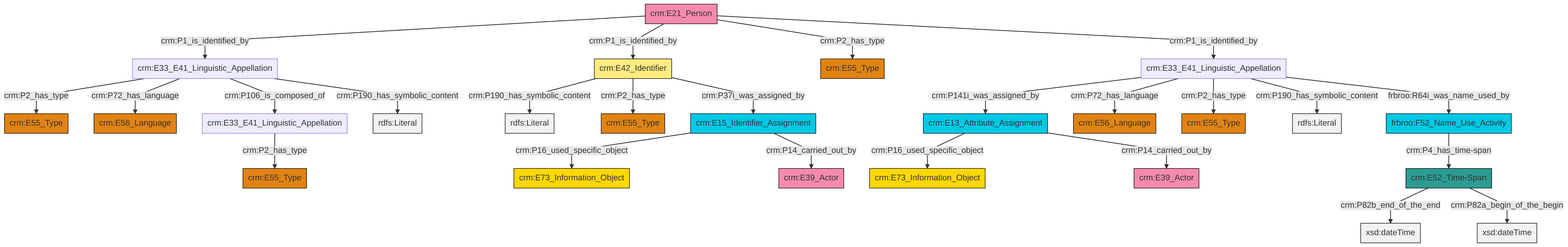
The Mermaid diagram et/personCSV/ttl/mmd/png/Person_Names_and_Classification.png in swiss-art-research-net/docs.swissartresearch, before a commit. Its source is kept beside it as et/personCSV/ttl/mmd/Person_Names_and_Classification.ttl.mmd.
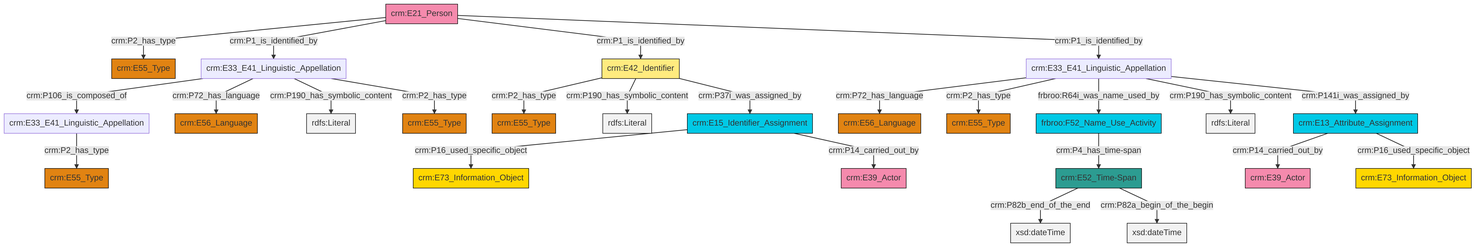
After the commit.

What changed in the source:
```diff
@@ -13,27 +13,27 @@
 classDef PC_Classes fill:#4ce600, stroke:#000000;
 classDef Multi fill:#cccccc,stroke:#000000;
 
-4["crm:E33_E41_Linguistic_Appellation"]:::Default -->|crm:P2_has_type| 5["crm:E55_Type"]:::Type
-6["crm:E21_Person"]:::Actor -->|crm:P1_is_identified_by| 7["crm:E33_E41_Linguistic_Appellation"]:::Default
-9["crm:E52_Time-Span"]:::Time-Span -->|crm:P82b_end_of_the_end| 10[xsd:dateTime]:::Literal
-15["crm:E13_Attribute_Assignment"]:::Temporal_Entity -->|crm:P16_used_specific_object| 16["crm:E73_Information_Object"]:::Conceptual_Object
-15["crm:E13_Attribute_Assignment"]:::Temporal_Entity -->|crm:P14_carried_out_by| 0["crm:E39_Actor"]:::Actor
-26["crm:E15_Identifier_Assignment"]:::Temporal_Entity -->|crm:P16_used_specific_object| 23["crm:E73_Information_Object"]:::Conceptual_Object
-27["crm:E42_Identifier"]:::Appellation -->|crm:P190_has_symbolic_content| 28[rdfs:Literal]:::Literal
-21["crm:E33_E41_Linguistic_Appellation"]:::Default -->|crm:P141i_was_assigned_by| 15["crm:E13_Attribute_Assignment"]:::Temporal_Entity
-6["crm:E21_Person"]:::Actor -->|crm:P1_is_identified_by| 27["crm:E42_Identifier"]:::Appellation
-13["frbroo:F52_Name_Use_Activity"]:::Temporal_Entity -->|crm:P4_has_time-span| 9["crm:E52_Time-Span"]:::Time-Span
-7["crm:E33_E41_Linguistic_Appellation"]:::Default -->|crm:P2_has_type| 2["crm:E55_Type"]:::Type
-6["crm:E21_Person"]:::Actor -->|crm:P2_has_type| 17["crm:E55_Type"]:::Type
-7["crm:E33_E41_Linguistic_Appellation"]:::Default -->|crm:P72_has_language| 30["crm:E56_Language"]:::Type
-27["crm:E42_Identifier"]:::Appellation -->|crm:P2_has_type| 19["crm:E55_Type"]:::Type
-21["crm:E33_E41_Linguistic_Appellation"]:::Default -->|crm:P72_has_language| 33["crm:E56_Language"]:::Type
-7["crm:E33_E41_Linguistic_Appellation"]:::Default -->|crm:P106_is_composed_of| 4["crm:E33_E41_Linguistic_Appellation"]:::Default
-21["crm:E33_E41_Linguistic_Appellation"]:::Default -->|crm:P2_has_type| 34["crm:E55_Type"]:::Type
-27["crm:E42_Identifier"]:::Appellation -->|crm:P37i_was_assigned_by| 26["crm:E15_Identifier_Assignment"]:::Temporal_Entity
-6["crm:E21_Person"]:::Actor -->|crm:P1_is_identified_by| 21["crm:E33_E41_Linguistic_Appellation"]:::Default
-21["crm:E33_E41_Linguistic_Appellation"]:::Default -->|crm:P190_has_symbolic_content| 39[rdfs:Literal]:::Literal
-7["crm:E33_E41_Linguistic_Appellation"]:::Default -->|crm:P190_has_symbolic_content| 40[rdfs:Literal]:::Literal
-26["crm:E15_Identifier_Assignment"]:::Temporal_Entity -->|crm:P14_carried_out_by| 41["crm:E39_Actor"]:::Actor
-9["crm:E52_Time-Span"]:::Time-Span -->|crm:P82a_begin_of_the_begin| 42[xsd:dateTime]:::Literal
-21["crm:E33_E41_Linguistic_Appellation"]:::Default -->|frbroo:R64i_was_name_used_by| 13["frbroo:F52_Name_Use_Activity"]:::Temporal_Entity
+0["crm:E15_Identifier_Assignment"]:::Temporal_Entity -->|crm:P16_used_specific_object| 1["crm:E73_Information_Object"]:::Conceptual_Object
+2["crm:E21_Person"]:::Actor -->|crm:P2_has_type| 3["crm:E55_Type"]:::Type
+4["crm:E52_Time-Span"]:::Time-Span -->|crm:P82b_end_of_the_end| 5[xsd:dateTime]:::Literal
+7["crm:E33_E41_Linguistic_Appellation"]:::Default -->|crm:P106_is_composed_of| 8["crm:E33_E41_Linguistic_Appellation"]:::Default
+7["crm:E33_E41_Linguistic_Appellation"]:::Default -->|crm:P72_has_language| 12["crm:E56_Language"]:::Type
+2["crm:E21_Person"]:::Actor -->|crm:P1_is_identified_by| 7["crm:E33_E41_Linguistic_Appellation"]:::Default
+15["crm:E33_E41_Linguistic_Appellation"]:::Default -->|crm:P72_has_language| 9["crm:E56_Language"]:::Type
+7["crm:E33_E41_Linguistic_Appellation"]:::Default -->|crm:P190_has_symbolic_content| 19[rdfs:Literal]:::Literal
+0["crm:E15_Identifier_Assignment"]:::Temporal_Entity -->|crm:P14_carried_out_by| 20["crm:E39_Actor"]:::Actor
+21["crm:E13_Attribute_Assignment"]:::Temporal_Entity -->|crm:P14_carried_out_by| 22["crm:E39_Actor"]:::Actor
+15["crm:E33_E41_Linguistic_Appellation"]:::Default -->|crm:P2_has_type| 23["crm:E55_Type"]:::Type
+4["crm:E52_Time-Span"]:::Time-Span -->|crm:P82a_begin_of_the_begin| 24[xsd:dateTime]:::Literal
+7["crm:E33_E41_Linguistic_Appellation"]:::Default -->|crm:P2_has_type| 25["crm:E55_Type"]:::Type
+32["crm:E42_Identifier"]:::Appellation -->|crm:P2_has_type| 33["crm:E55_Type"]:::Type
+16["frbroo:F52_Name_Use_Activity"]:::Temporal_Entity -->|crm:P4_has_time-span| 4["crm:E52_Time-Span"]:::Time-Span
+2["crm:E21_Person"]:::Actor -->|crm:P1_is_identified_by| 32["crm:E42_Identifier"]:::Appellation
+15["crm:E33_E41_Linguistic_Appellation"]:::Default -->|frbroo:R64i_was_name_used_by| 16["frbroo:F52_Name_Use_Activity"]:::Temporal_Entity
+15["crm:E33_E41_Linguistic_Appellation"]:::Default -->|crm:P190_has_symbolic_content| 37[rdfs:Literal]:::Literal
+8["crm:E33_E41_Linguistic_Appellation"]:::Default -->|crm:P2_has_type| 13["crm:E55_Type"]:::Type
+21["crm:E13_Attribute_Assignment"]:::Temporal_Entity -->|crm:P16_used_specific_object| 35["crm:E73_Information_Object"]:::Conceptual_Object
+2["crm:E21_Person"]:::Actor -->|crm:P1_is_identified_by| 15["crm:E33_E41_Linguistic_Appellation"]:::Default
+32["crm:E42_Identifier"]:::Appellation -->|crm:P190_has_symbolic_content| 39[rdfs:Literal]:::Literal
+15["crm:E33_E41_Linguistic_Appellation"]:::Default -->|crm:P141i_was_assigned_by| 21["crm:E13_Attribute_Assignment"]:::Temporal_Entity
+32["crm:E42_Identifier"]:::Appellation -->|crm:P37i_was_assigned_by| 0["crm:E15_Identifier_Assignment"]:::Temporal_Entity
```
